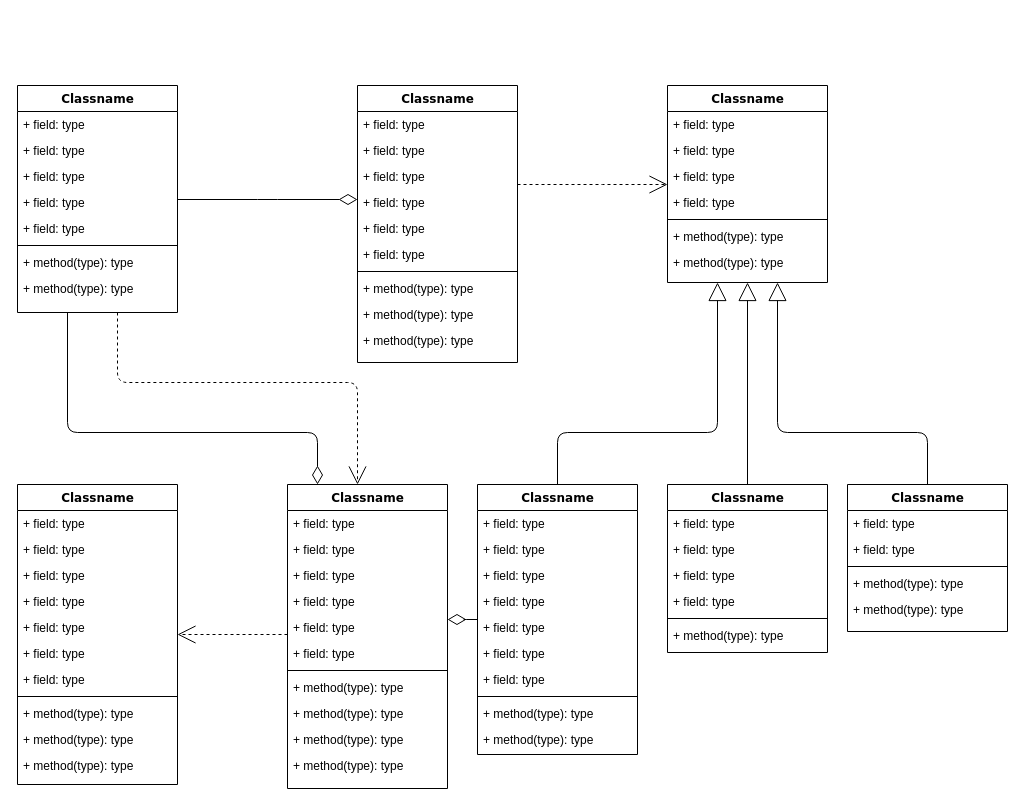
Before: 图书资产管理系统.drawio in yisqiu/SimpleMap-wx, a draw.io diagram. Source tidied: cells renumbered, new cells numbered last; positions are measured from the earlier drawing's top-left corner, leaving out a move shared by most shapes. Both pictures are drawn from the tidied source at 100%, with x=0, y=0 at pixel (17, 85).
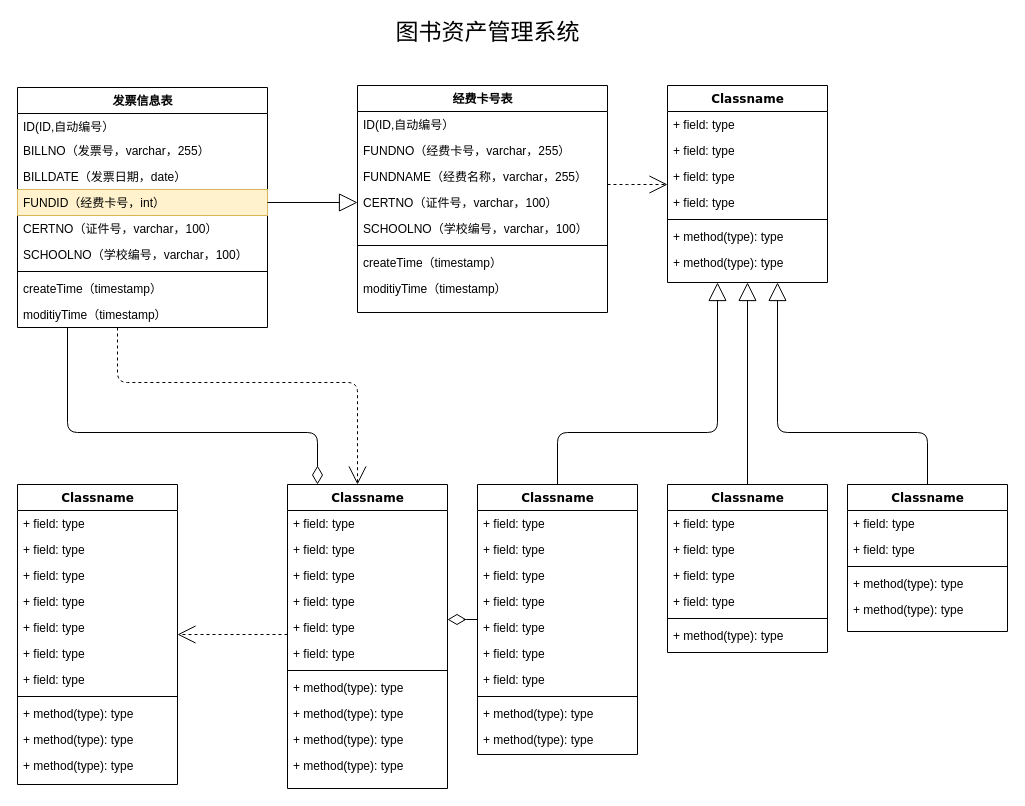
The same diagram, later.

Commit message:
Update 图书资产管理系统.drawio

The edit, as a diff of the source:
```diff
@@
-    <mxCell id="4" value="Classname" style="swimlane;html=1;fontStyle=1;align=center;verticalAlign=top;horizontal=1;startSize=26;swimlaneFillColor=#ffffff;rounded=0;shadow=0;comic=0;labelBackgroundColor=none;strokeWidth=1;fillColor=none;fontFamily=Verdana;fontSize=12;" parent="1" vertex="1">
-      <mxGeometry width="160" height="227" as="geometry" />
+    <mxCell id="4" value="发票信息表" style="swimlane;html=1;fontStyle=1;align=center;verticalAlign=top;horizontal=1;startSize=26;swimlaneFillColor=#ffffff;rounded=0;shadow=0;comic=0;labelBackgroundColor=none;strokeWidth=1;fontFamily=Verdana;fontSize=12;" parent="1" vertex="1">
+      <mxGeometry y="2" width="250" height="240" as="geometry" />
     </mxCell>
-    <mxCell id="5" value="+ field: type" style="text;html=1;strokeColor=none;fillColor=none;align=left;verticalAlign=top;spacingLeft=4;spacingRight=4;whiteSpace=wrap;overflow=hidden;" parent="4" vertex="1">
-      <mxGeometry y="26" width="160" height="26" as="geometry" />
+    <mxCell id="5" value="ID(ID,自动编号）" style="text;html=1;strokeColor=none;fillColor=none;align=left;verticalAlign=top;spacingLeft=4;spacingRight=4;whiteSpace=wrap;overflow=hidden;" parent="4" vertex="1">
+      <mxGeometry y="26" width="250" height="24" as="geometry" />
     </mxCell>
-    <mxCell id="6" value="+ field: type" style="text;html=1;strokeColor=none;fillColor=none;align=left;verticalAlign=top;spacingLeft=4;spacingRight=4;whiteSpace=wrap;overflow=hidden;" parent="4" vertex="1">
-      <mxGeometry y="52" width="160" height="26" as="geometry" />
-    </mxCell>
-    <mxCell id="7" value="+ field: type" style="text;html=1;strokeColor=none;fillColor=none;align=left;verticalAlign=top;spacingLeft=4;spacingRight=4;whiteSpace=wrap;overflow=hidden;" parent="4" vertex="1">
-      <mxGeometry y="78" width="160" height="26" as="geometry" />
+    <mxCell id="7" value="BILLNO（发票号，varchar，255）" style="text;html=1;strokeColor=none;fillColor=none;align=left;verticalAlign=top;spacingLeft=4;spacingRight=4;whiteSpace=wrap;overflow=hidden;" parent="4" vertex="1">
+      <mxGeometry y="50" width="250" height="26" as="geometry" />
     </mxCell>
-    <mxCell id="8" value="+ field: type" style="text;html=1;strokeColor=none;fillColor=none;align=left;verticalAlign=top;spacingLeft=4;spacingRight=4;whiteSpace=wrap;overflow=hidden;" parent="4" vertex="1">
-      <mxGeometry y="104" width="160" height="26" as="geometry" />
+    <mxCell id="8" value="BILLDATE（发票日期，date）" style="text;html=1;strokeColor=none;fillColor=none;align=left;verticalAlign=top;spacingLeft=4;spacingRight=4;whiteSpace=wrap;overflow=hidden;" parent="4" vertex="1">
+      <mxGeometry y="76" width="250" height="26" as="geometry" />
     </mxCell>
-    <mxCell id="9" value="+ field: type" style="text;html=1;strokeColor=none;fillColor=none;align=left;verticalAlign=top;spacingLeft=4;spacingRight=4;whiteSpace=wrap;overflow=hidden;points=[[0,0.5],[1,0.5]];portConstraint=eastwest;" parent="4" vertex="1">
-      <mxGeometry y="130" width="160" height="26" as="geometry" />
+    <mxCell id="9" value="FUNDID（经费卡号，int）" style="text;html=1;strokeColor=#d6b656;fillColor=#fff2cc;align=left;verticalAlign=top;spacingLeft=4;spacingRight=4;whiteSpace=wrap;overflow=hidden;points=[[0,0.5],[1,0.5]];portConstraint=eastwest;" parent="4" vertex="1">
+      <mxGeometry y="102" width="250" height="26" as="geometry" />
     </mxCell>
+    <mxCell id="87" value="CERTNO（证件号，varchar，100）" style="text;html=1;strokeColor=none;fillColor=none;align=left;verticalAlign=top;spacingLeft=4;spacingRight=4;whiteSpace=wrap;overflow=hidden;" parent="4" vertex="1">
+      <mxGeometry y="128" width="250" height="26" as="geometry" />
+    </mxCell>
+    <mxCell id="88" value="SCHOOLNO（学校编号，varchar，100）" style="text;html=1;strokeColor=none;fillColor=none;align=left;verticalAlign=top;spacingLeft=4;spacingRight=4;whiteSpace=wrap;overflow=hidden;" parent="4" vertex="1">
+      <mxGeometry y="154" width="250" height="26" as="geometry" />
+    </mxCell>
     <mxCell id="10" style="line;html=1;strokeWidth=1;fillColor=none;align=left;verticalAlign=middle;spacingTop=-1;spacingLeft=3;spacingRight=3;labelPosition=right;" parent="4" vertex="1">
-      <mxGeometry y="156" width="160" height="8" as="geometry" />
+      <mxGeometry y="180" width="250" height="8" as="geometry" />
     </mxCell>
-    <mxCell id="11" value="+ method(type): type" style="text;html=1;strokeColor=none;fillColor=none;align=left;verticalAlign=top;spacingLeft=4;spacingRight=4;whiteSpace=wrap;overflow=hidden;" parent="4" vertex="1">
-      <mxGeometry y="164" width="160" height="26" as="geometry" />
+    <mxCell id="11" value="createTime（timestamp）" style="text;html=1;strokeColor=none;fillColor=none;align=left;verticalAlign=top;spacingLeft=4;spacingRight=4;whiteSpace=wrap;overflow=hidden;" parent="4" vertex="1">
+      <mxGeometry y="188" width="250" height="26" as="geometry" />
     </mxCell>
-    <mxCell id="12" value="+ method(type): type" style="text;html=1;strokeColor=none;fillColor=none;align=left;verticalAlign=top;spacingLeft=4;spacingRight=4;whiteSpace=wrap;overflow=hidden;" parent="4" vertex="1">
-      <mxGeometry y="190" width="160" height="26" as="geometry" />
+    <mxCell id="12" value="moditiyTime（timestamp）" style="text;html=1;strokeColor=none;fillColor=none;align=left;verticalAlign=top;spacingLeft=4;spacingRight=4;whiteSpace=wrap;overflow=hidden;" parent="4" vertex="1">
+      <mxGeometry y="214" width="250" height="26" as="geometry" />
     </mxCell>
@@
-    <mxCell id="14" value="Classname" style="swimlane;html=1;fontStyle=1;align=center;verticalAlign=top;horizontal=1;startSize=26;swimlaneFillColor=#ffffff;rounded=0;shadow=0;comic=0;labelBackgroundColor=none;strokeWidth=1;fillColor=none;fontFamily=Verdana;fontSize=12;" parent="1" vertex="1">
-      <mxGeometry x="340" width="160" height="277" as="geometry" />
+    <mxCell id="14" value="经费卡号表" style="swimlane;html=1;fontStyle=1;align=center;verticalAlign=top;horizontal=1;startSize=26;swimlaneFillColor=#ffffff;rounded=0;shadow=0;comic=0;labelBackgroundColor=none;strokeWidth=1;fillColor=none;fontFamily=Verdana;fontSize=12;" parent="1" vertex="1">
+      <mxGeometry x="340" width="250" height="227" as="geometry" />
     </mxCell>
-    <mxCell id="15" value="+ field: type" style="text;html=1;strokeColor=none;fillColor=none;align=left;verticalAlign=top;spacingLeft=4;spacingRight=4;whiteSpace=wrap;overflow=hidden;" parent="14" vertex="1">
-      <mxGeometry y="26" width="160" height="26" as="geometry" />
+    <mxCell id="15" value="ID(ID,自动编号）" style="text;html=1;strokeColor=none;fillColor=none;align=left;verticalAlign=top;spacingLeft=4;spacingRight=4;whiteSpace=wrap;overflow=hidden;" parent="14" vertex="1">
+      <mxGeometry y="26" width="250" height="26" as="geometry" />
     </mxCell>
-    <mxCell id="16" value="+ field: type" style="text;html=1;strokeColor=none;fillColor=none;align=left;verticalAlign=top;spacingLeft=4;spacingRight=4;whiteSpace=wrap;overflow=hidden;" parent="14" vertex="1">
-      <mxGeometry y="52" width="160" height="26" as="geometry" />
-    </mxCell>
-    <mxCell id="17" value="+ field: type" style="text;html=1;strokeColor=none;fillColor=none;align=left;verticalAlign=top;spacingLeft=4;spacingRight=4;whiteSpace=wrap;overflow=hidden;" parent="14" vertex="1">
-      <mxGeometry y="78" width="160" height="26" as="geometry" />
+    <mxCell id="17" value="FUNDNO（经费卡号，varchar，255）" style="text;html=1;strokeColor=none;fillColor=none;align=left;verticalAlign=top;spacingLeft=4;spacingRight=4;whiteSpace=wrap;overflow=hidden;" parent="14" vertex="1">
+      <mxGeometry y="52" width="250" height="26" as="geometry" />
     </mxCell>
-    <mxCell id="18" value="+ field: type" style="text;html=1;strokeColor=none;fillColor=none;align=left;verticalAlign=top;spacingLeft=4;spacingRight=4;whiteSpace=wrap;overflow=hidden;" parent="14" vertex="1">
-      <mxGeometry y="104" width="160" height="26" as="geometry" />
+    <mxCell id="18" value="FUNDNAME（经费名称，varchar，255）" style="text;html=1;strokeColor=none;fillColor=none;align=left;verticalAlign=top;spacingLeft=4;spacingRight=4;whiteSpace=wrap;overflow=hidden;" parent="14" vertex="1">
+      <mxGeometry y="78" width="250" height="26" as="geometry" />
     </mxCell>
-    <mxCell id="19" value="+ field: type" style="text;html=1;strokeColor=none;fillColor=none;align=left;verticalAlign=top;spacingLeft=4;spacingRight=4;whiteSpace=wrap;overflow=hidden;points=[[0,0.5],[1,0.5]];portConstraint=eastwest;" parent="14" vertex="1">
-      <mxGeometry y="130" width="160" height="26" as="geometry" />
+    <mxCell id="19" value="CERTNO（证件号，varchar，100）" style="text;html=1;strokeColor=none;fillColor=none;align=left;verticalAlign=top;spacingLeft=4;spacingRight=4;whiteSpace=wrap;overflow=hidden;points=[[0,0.5],[1,0.5]];portConstraint=eastwest;" parent="14" vertex="1">
+      <mxGeometry y="104" width="250" height="26" as="geometry" />
     </mxCell>
-    <mxCell id="20" value="+ field: type" style="text;html=1;strokeColor=none;fillColor=none;align=left;verticalAlign=top;spacingLeft=4;spacingRight=4;whiteSpace=wrap;overflow=hidden;" parent="14" vertex="1">
-      <mxGeometry y="156" width="160" height="26" as="geometry" />
-    </mxCell>
+    <mxCell id="89" value="SCHOOLNO（学校编号，varchar，100）" style="text;html=1;strokeColor=none;fillColor=none;align=left;verticalAlign=top;spacingLeft=4;spacingRight=4;whiteSpace=wrap;overflow=hidden;" parent="14" vertex="1">
+      <mxGeometry y="130" width="250" height="26" as="geometry" />
+    </mxCell>
     <mxCell id="21" style="line;html=1;strokeWidth=1;fillColor=none;align=left;verticalAlign=middle;spacingTop=-1;spacingLeft=3;spacingRight=3;labelPosition=right;" parent="14" vertex="1">
-      <mxGeometry y="182" width="160" height="8" as="geometry" />
+      <mxGeometry y="156" width="250" height="8" as="geometry" />
     </mxCell>
-    <mxCell id="22" value="+ method(type): type" style="text;html=1;strokeColor=none;fillColor=none;align=left;verticalAlign=top;spacingLeft=4;spacingRight=4;whiteSpace=wrap;overflow=hidden;" parent="14" vertex="1">
-      <mxGeometry y="190" width="160" height="26" as="geometry" />
-    </mxCell>
-    <mxCell id="23" value="+ method(type): type" style="text;html=1;strokeColor=none;fillColor=none;align=left;verticalAlign=top;spacingLeft=4;spacingRight=4;whiteSpace=wrap;overflow=hidden;" parent="14" vertex="1">
-      <mxGeometry y="216" width="160" height="26" as="geometry" />
+    <mxCell id="23" value="createTime（timestamp）" style="text;html=1;strokeColor=none;fillColor=none;align=left;verticalAlign=top;spacingLeft=4;spacingRight=4;whiteSpace=wrap;overflow=hidden;" parent="14" vertex="1">
+      <mxGeometry y="164" width="250" height="26" as="geometry" />
     </mxCell>
-    <mxCell id="24" value="+ method(type): type" style="text;html=1;strokeColor=none;fillColor=none;align=left;verticalAlign=top;spacingLeft=4;spacingRight=4;whiteSpace=wrap;overflow=hidden;" parent="14" vertex="1">
-      <mxGeometry y="242" width="160" height="26" as="geometry" />
+    <mxCell id="24" value="moditiyTime（timestamp）" style="text;html=1;strokeColor=none;fillColor=none;align=left;verticalAlign=top;spacingLeft=4;spacingRight=4;whiteSpace=wrap;overflow=hidden;" parent="14" vertex="1">
+      <mxGeometry y="190" width="250" height="26" as="geometry" />
     </mxCell>
@@
-    <mxCell id="86" style="edgeStyle=elbowEdgeStyle;html=1;labelBackgroundColor=none;startFill=0;startSize=8;endArrow=diamondThin;endFill=0;endSize=16;fontFamily=Verdana;fontSize=12;elbow=vertical;" parent="1" edge="1" source="4" target="14">
-      <mxGeometry relative="1" as="geometry" />
-    </mxCell>
+    <mxCell id="90" value="图书资产管理系统" style="text;html=1;align=center;verticalAlign=middle;fontStyle=0;fontSize=23;" parent="1" vertex="1">
+      <mxGeometry x="370" y="-68" width="200" height="30" as="geometry" />
+    </mxCell>
+    <mxCell id="91" style="edgeStyle=orthogonalEdgeStyle;html=1;labelBackgroundColor=none;startFill=0;startSize=8;endArrow=block;endFill=0;endSize=16;fontFamily=Verdana;fontSize=12;entryX=0;entryY=0.5;entryDx=0;entryDy=0;exitX=1;exitY=0.5;exitDx=0;exitDy=0;" parent="1" edge="1" source="9" target="19">
+      <mxGeometry relative="1" as="geometry" />
+    </mxCell>
```
